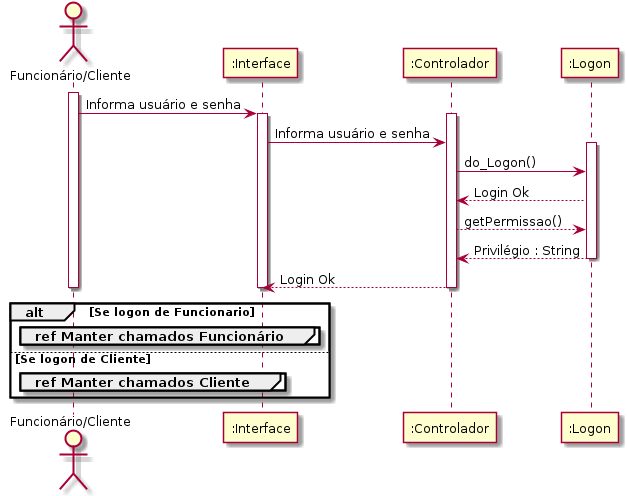
Before: doc/uml/sequencia/logon.png, a diagram exported from PlantUML (VictorCarlquist/HelpMeNow).
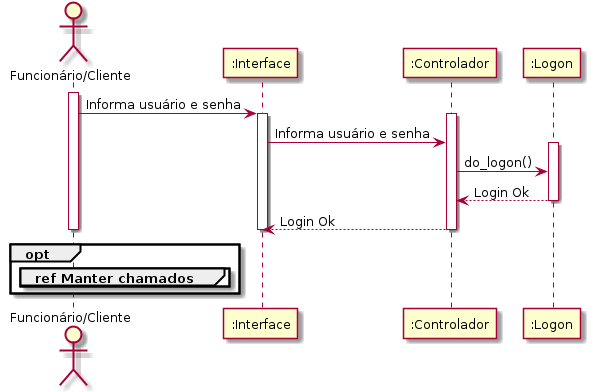
Above is the later version.

Diff of the diagram source:
```diff
@@ -6,24 +6,16 @@
 			activate ":Controlador"
 				":Interface" -> ":Controlador" : Informa usuário e senha
 				activate ":Logon"
-					":Controlador" -> ":Logon" : do_Logon()
+					":Controlador" -> ":Logon" : do_logon()
 					":Logon" --> ":Controlador" : Login Ok
-					":Controlador" --> ":Logon" : getPermissao()
-					":Logon" --> ":Controlador" : Privilégio : String
 				deactivate ":Logon"
 				":Controlador" --> ":Interface" : Login Ok
 			deactivate ":Controlador"
 		deactivate ":Interface"
 	deactivate func
 
-	alt Se logon de Funcionario
-		group ref Manter chamados Funcionário
-		end
-	else Se logon de Cliente
-		group ref Manter chamados Cliente
-		end
-	end
-
-
-
+	opt
+		group ref Manter chamados
+        end
+    end
 @enduml
```
